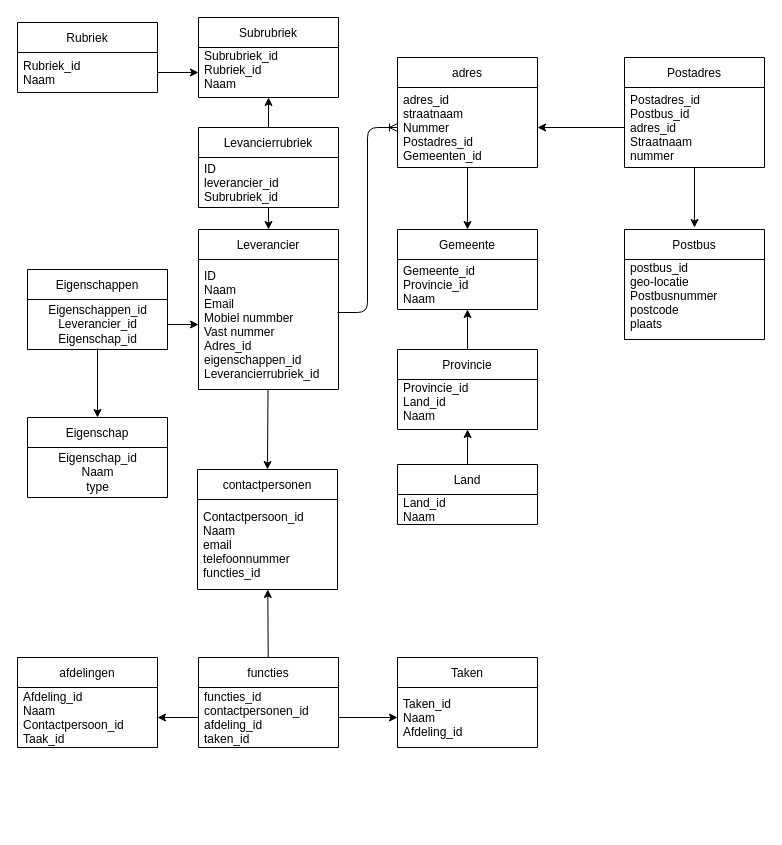
Above: relational-data-storage/opdracht-1/Opdracht1.drawio in JelleKruijssen/educom-data-science-1664806245 (draw.io), before the change. Source tidied: cells renumbered, new cells numbered last; positions are measured from the earlier drawing's top-left corner, leaving out a move shared by most shapes. Both pictures are drawn from the tidied source at 100%, with x=0, y=0 at pixel (17, 17).
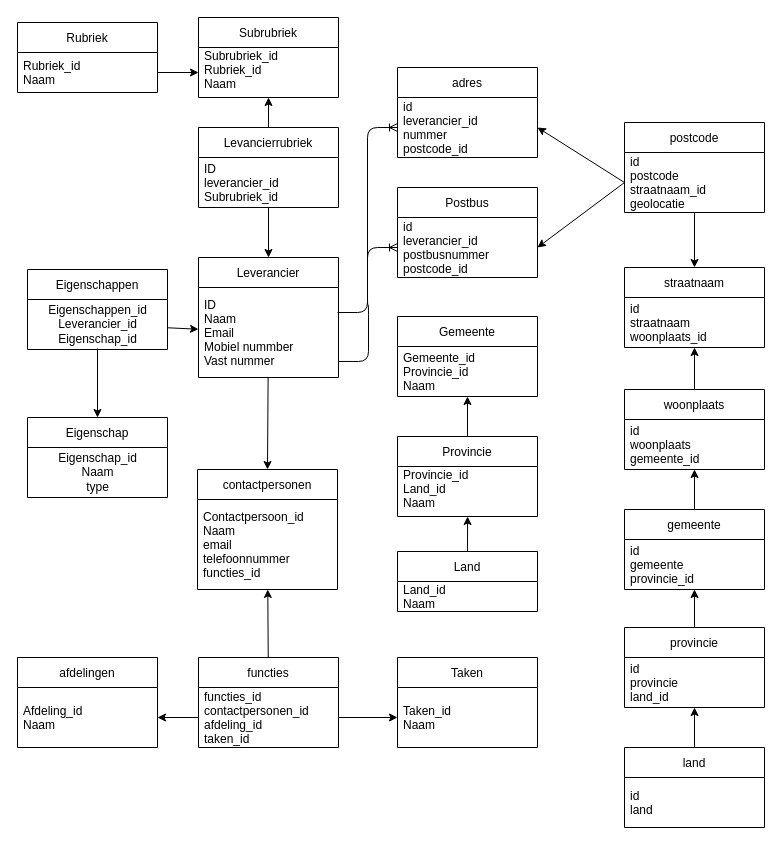
After the change.

Unchanged cells that the change refers to:
```xml
<mxCell id="20" value="afdelingen" style="swimlane;fontStyle=0;horizontal=1;startSize=30;" parent="1" vertex="1">
  <mxGeometry y="640" width="140" height="90" as="geometry" />
</mxCell>
<mxCell id="28" value="Taken" style="swimlane;fontStyle=0;horizontal=1;startSize=30;" parent="1" vertex="1">
  <mxGeometry x="380" y="640" width="140" height="90" as="geometry" />
</mxCell>
```

Change to the diagram source:
```diff
@@
     <mxCell id="3" value="Leverancier" style="swimlane;fontStyle=0;horizontal=1;startSize=30;" parent="1" vertex="1">
-      <mxGeometry x="181" y="212" width="140" height="160" as="geometry" />
+      <mxGeometry x="181" y="240" width="140" height="120" as="geometry" />
     </mxCell>
-    <mxCell id="4" value="ID&#10;Naam&#10;Email&#10;Mobiel nummber&#10;Vast nummer&#10;Adres_id&#10;eigenschappen_id&#10;Leverancierrubriek_id" style="text;strokeColor=none;fillColor=none;align=left;verticalAlign=middle;spacingLeft=4;spacingRight=4;overflow=hidden;points=[[0,0.5],[1,0.5]];portConstraint=eastwest;" parent="3" vertex="1">
-      <mxGeometry y="30" width="140" height="130" as="geometry" />
+    <mxCell id="4" value="ID&#10;Naam&#10;Email&#10;Mobiel nummber&#10;Vast nummer" style="text;strokeColor=none;fillColor=none;align=left;verticalAlign=middle;spacingLeft=4;spacingRight=4;overflow=hidden;points=[[0,0.5],[1,0.5]];portConstraint=eastwest;" parent="3" vertex="1">
+      <mxGeometry y="30" width="140" height="90" as="geometry" />
     </mxCell>
@@
-    <mxCell id="7" style="edgeStyle=none;html=1;entryX=0.5;entryY=0;entryDx=0;entryDy=0;" parent="1" edge="1" source="8" target="10">
-      <mxGeometry relative="1" as="geometry" />
-    </mxCell>
     <mxCell id="8" value="adres" style="swimlane;fontStyle=0;horizontal=1;startSize=30;" parent="1" vertex="1">
-      <mxGeometry x="380" y="40" width="140" height="110" as="geometry" />
+      <mxGeometry x="380" y="50" width="140" height="90" as="geometry" />
     </mxCell>
-    <mxCell id="9" value="adres_id&#10;straatnaam&#10;Nummer&#10;Postadres_id&#10;Gemeenten_id" style="text;strokeColor=none;fillColor=none;align=left;verticalAlign=middle;spacingLeft=4;spacingRight=4;overflow=hidden;points=[[0,0.5],[1,0.5]];portConstraint=eastwest;" parent="8" vertex="1">
-      <mxGeometry y="30" width="140" height="80" as="geometry" />
+    <mxCell id="9" value="id&#10;leverancier_id&#10;nummer&#10;postcode_id" style="text;strokeColor=none;fillColor=none;align=left;verticalAlign=middle;spacingLeft=4;spacingRight=4;overflow=hidden;points=[[0,0.5],[1,0.5]];portConstraint=eastwest;" parent="8" vertex="1">
+      <mxGeometry y="30" width="140" height="60" as="geometry" />
     </mxCell>
     <mxCell id="10" value="Gemeente" style="swimlane;fontStyle=0;horizontal=1;startSize=30;" parent="1" vertex="1">
-      <mxGeometry x="380" y="212" width="140" height="80" as="geometry" />
+      <mxGeometry x="380" y="299" width="140" height="80" as="geometry" />
     </mxCell>
@@
     <mxCell id="12" style="edgeStyle=none;html=1;entryX=0.479;entryY=1.1;entryDx=0;entryDy=0;entryPerimeter=0;exitX=0.5;exitY=0;exitDx=0;exitDy=0;" parent="1" edge="1" source="26">
       <mxGeometry relative="1" as="geometry">
-        <mxPoint x="450.1" y="412" as="targetPoint" />
+        <mxPoint x="450.1" y="499" as="targetPoint" />
       </mxGeometry>
     </mxCell>
     <mxCell id="13" value="Provincie" style="swimlane;fontStyle=0;horizontal=1;startSize=30;" parent="1" vertex="1">
-      <mxGeometry x="380" y="332" width="140" height="80" as="geometry" />
+      <mxGeometry x="380" y="419" width="140" height="80" as="geometry" />
     </mxCell>
@@
     <mxCell id="18" value="Postbus" style="swimlane;fontStyle=0;horizontal=1;startSize=30;" parent="1" vertex="1">
-      <mxGeometry x="607" y="212" width="140" height="110" as="geometry" />
+      <mxGeometry x="380" y="170" width="140" height="90" as="geometry" />
     </mxCell>
-    <mxCell id="19" value="postbus_id&#10;geo-locatie&#10;Postbusnummer&#10;postcode&#10;plaats&#10;" style="text;strokeColor=none;fillColor=none;align=left;verticalAlign=middle;spacingLeft=4;spacingRight=4;overflow=hidden;points=[[0,0.5],[1,0.5]];portConstraint=eastwest;" parent="18" vertex="1">
-      <mxGeometry y="30" width="140" height="80" as="geometry" />
+    <mxCell id="19" value="id&#10;leverancier_id&#10;postbusnummer&#10;postcode_id" style="text;strokeColor=none;fillColor=none;align=left;verticalAlign=middle;spacingLeft=4;spacingRight=4;overflow=hidden;points=[[0,0.5],[1,0.5]];portConstraint=eastwest;" parent="18" vertex="1">
+      <mxGeometry y="30" width="140" height="60" as="geometry" />
     </mxCell>
@@
-    <mxCell id="21" value="Afdeling_id&#10;Naam&#10;Contactpersoon_id&#10;Taak_id" style="text;strokeColor=none;fillColor=none;align=left;verticalAlign=middle;spacingLeft=4;spacingRight=4;overflow=hidden;points=[[0,0.5],[1,0.5]];portConstraint=eastwest;" parent="20" vertex="1">
+    <mxCell id="21" value="Afdeling_id&#10;Naam" style="text;strokeColor=none;fillColor=none;align=left;verticalAlign=middle;spacingLeft=4;spacingRight=4;overflow=hidden;points=[[0,0.5],[1,0.5]];portConstraint=eastwest;" parent="20" vertex="1">
       <mxGeometry y="30" width="140" height="60" as="geometry" />
     </mxCell>
@@
     <mxCell id="26" value="Land" style="swimlane;fontStyle=0;horizontal=1;startSize=30;" parent="1" vertex="1">
-      <mxGeometry x="380" y="447" width="140" height="60" as="geometry" />
+      <mxGeometry x="380" y="534" width="140" height="60" as="geometry" />
     </mxCell>
@@
-    <mxCell id="29" value="Taken_id&#10;Naam&#10;Afdeling_id" style="text;strokeColor=none;fillColor=none;align=left;verticalAlign=middle;spacingLeft=4;spacingRight=4;overflow=hidden;points=[[0,0.5],[1,0.5]];portConstraint=eastwest;" parent="28" vertex="1">
+    <mxCell id="29" value="Taken_id&#10;Naam" style="text;strokeColor=none;fillColor=none;align=left;verticalAlign=middle;spacingLeft=4;spacingRight=4;overflow=hidden;points=[[0,0.5],[1,0.5]];portConstraint=eastwest;" parent="28" vertex="1">
       <mxGeometry y="30" width="140" height="60" as="geometry" />
     </mxCell>
@@
-    <mxCell id="40" style="edgeStyle=none;html=1;" parent="1" edge="1" source="41">
-      <mxGeometry relative="1" as="geometry">
-        <mxPoint x="677" y="210" as="targetPoint" />
-      </mxGeometry>
-    </mxCell>
+    <mxCell id="49" style="edgeStyle=none;html=1;" parent="1" edge="1" source="41" target="52">
+      <mxGeometry relative="1" as="geometry" />
+    </mxCell>
-    <mxCell id="41" value="Postadres" style="swimlane;fontStyle=0;horizontal=1;startSize=30;" parent="1" vertex="1">
-      <mxGeometry x="607" y="40" width="140" height="110" as="geometry" />
+    <mxCell id="41" value="postcode" style="swimlane;fontStyle=0;horizontal=1;startSize=30;" parent="1" vertex="1">
+      <mxGeometry x="607" y="105" width="140" height="90" as="geometry" />
     </mxCell>
-    <mxCell id="42" value="Postadres_id&#10;Postbus_id&#10;adres_id&#10;Straatnaam&#10;nummer" style="text;strokeColor=none;fillColor=none;align=left;verticalAlign=middle;spacingLeft=4;spacingRight=4;overflow=hidden;points=[[0,0.5],[1,0.5]];portConstraint=eastwest;" parent="41" vertex="1">
-      <mxGeometry y="30" width="140" height="80" as="geometry" />
+    <mxCell id="42" value="id&#10;postcode&#10;straatnaam_id&#10;geolocatie" style="text;strokeColor=none;fillColor=none;align=left;verticalAlign=middle;spacingLeft=4;spacingRight=4;overflow=hidden;points=[[0,0.5],[1,0.5]];portConstraint=eastwest;" parent="41" vertex="1">
+      <mxGeometry y="30" width="140" height="60" as="geometry" />
     </mxCell>
-    <mxCell id="43" style="edgeStyle=none;html=1;" parent="1" edge="1" source="42" target="9">
-      <mxGeometry relative="1" as="geometry" />
-    </mxCell>
@@
+    <mxCell id="50" style="edgeStyle=entityRelationEdgeStyle;fontSize=12;html=1;endArrow=ERoneToMany;exitX=1;exitY=0.822;exitDx=0;exitDy=0;exitPerimeter=0;entryX=0;entryY=0.5;entryDx=0;entryDy=0;" parent="1" edge="1" source="4" target="19">
+      <mxGeometry relative="1" as="geometry" />
+    </mxCell>
+    <mxCell id="43" style="edgeStyle=none;html=1;entryX=1;entryY=0.5;entryDx=0;entryDy=0;exitX=0;exitY=0.5;exitDx=0;exitDy=0;" parent="1" edge="1" source="42" target="9">
+      <mxGeometry relative="1" as="geometry" />
+    </mxCell>
+    <mxCell id="51" style="edgeStyle=none;html=1;entryX=1;entryY=0.5;entryDx=0;entryDy=0;exitX=0;exitY=0.5;exitDx=0;exitDy=0;" parent="1" edge="1" source="42" target="19">
+      <mxGeometry relative="1" as="geometry" />
+    </mxCell>
+    <mxCell id="52" value="straatnaam" style="swimlane;fontStyle=0;horizontal=1;startSize=30;" parent="1" vertex="1">
+      <mxGeometry x="607" y="250" width="140" height="80" as="geometry" />
+    </mxCell>
+    <mxCell id="53" value="id&#10;straatnaam&#10;woonplaats_id" style="text;strokeColor=none;fillColor=none;align=left;verticalAlign=middle;spacingLeft=4;spacingRight=4;overflow=hidden;points=[[0,0.5],[1,0.5]];portConstraint=eastwest;" parent="52" vertex="1">
+      <mxGeometry y="30" width="140" height="50" as="geometry" />
+    </mxCell>
+    <mxCell id="54" style="edgeStyle=none;html=1;" parent="1" edge="1" source="55" target="53">
+      <mxGeometry relative="1" as="geometry" />
+    </mxCell>
+    <mxCell id="55" value="woonplaats" style="swimlane;fontStyle=0;horizontal=1;startSize=30;" parent="1" vertex="1">
+      <mxGeometry x="607" y="372" width="140" height="80" as="geometry" />
+    </mxCell>
+    <mxCell id="56" value="id&#10;woonplaats&#10;gemeente_id" style="text;strokeColor=none;fillColor=none;align=left;verticalAlign=middle;spacingLeft=4;spacingRight=4;overflow=hidden;points=[[0,0.5],[1,0.5]];portConstraint=eastwest;" parent="55" vertex="1">
+      <mxGeometry y="30" width="140" height="50" as="geometry" />
+    </mxCell>
+    <mxCell id="57" style="edgeStyle=none;html=1;" parent="1" edge="1" source="58" target="56">
+      <mxGeometry relative="1" as="geometry" />
+    </mxCell>
+    <mxCell id="58" value="gemeente" style="swimlane;fontStyle=0;horizontal=1;startSize=30;" parent="1" vertex="1">
+      <mxGeometry x="607" y="492" width="140" height="80" as="geometry" />
+    </mxCell>
+    <mxCell id="59" value="id&#10;gemeente&#10;provincie_id" style="text;strokeColor=none;fillColor=none;align=left;verticalAlign=middle;spacingLeft=4;spacingRight=4;overflow=hidden;points=[[0,0.5],[1,0.5]];portConstraint=eastwest;" parent="58" vertex="1">
+      <mxGeometry y="30" width="140" height="50" as="geometry" />
+    </mxCell>
+    <mxCell id="60" style="edgeStyle=none;html=1;" parent="1" edge="1" source="61" target="59">
+      <mxGeometry relative="1" as="geometry" />
+    </mxCell>
+    <mxCell id="61" value="provincie" style="swimlane;fontStyle=0;horizontal=1;startSize=30;" parent="1" vertex="1">
+      <mxGeometry x="607" y="610" width="140" height="80" as="geometry" />
+    </mxCell>
+    <mxCell id="62" value="id&#10;provincie&#10;land_id" style="text;strokeColor=none;fillColor=none;align=left;verticalAlign=middle;spacingLeft=4;spacingRight=4;overflow=hidden;points=[[0,0.5],[1,0.5]];portConstraint=eastwest;" parent="61" vertex="1">
+      <mxGeometry y="30" width="140" height="50" as="geometry" />
+    </mxCell>
+    <mxCell id="63" style="edgeStyle=none;html=1;" parent="1" edge="1" source="64" target="62">
+      <mxGeometry relative="1" as="geometry" />
+    </mxCell>
+    <mxCell id="64" value="land" style="swimlane;fontStyle=0;horizontal=1;startSize=30;" parent="1" vertex="1">
+      <mxGeometry x="607" y="730" width="140" height="80" as="geometry" />
+    </mxCell>
+    <mxCell id="65" value="id&#10;land" style="text;strokeColor=none;fillColor=none;align=left;verticalAlign=middle;spacingLeft=4;spacingRight=4;overflow=hidden;" parent="64" vertex="1">
+      <mxGeometry y="30" width="140" height="50" as="geometry" />
+    </mxCell>
```
